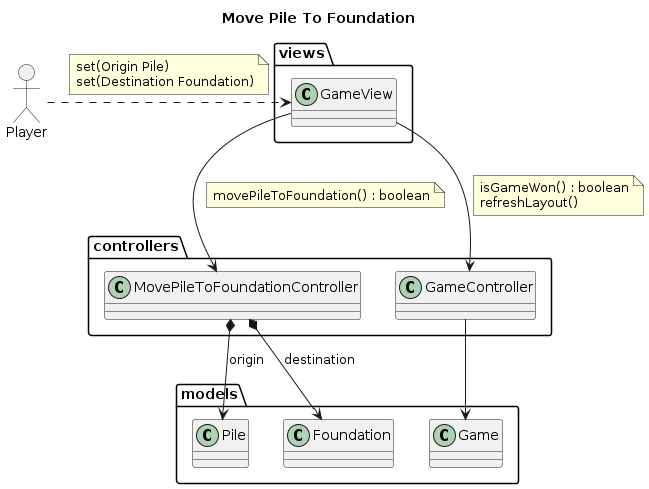
Before: 03-analisis/MovePileToFoundation.png, a diagram exported from PlantUML (marinasayols/MDWP1RUP-Klondike).
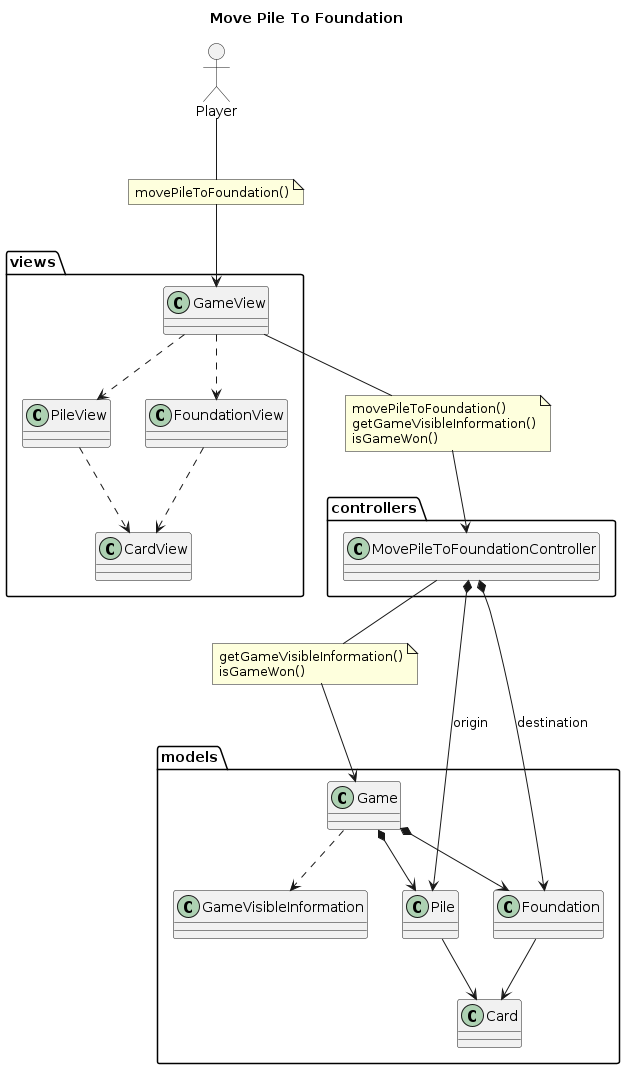
Later version of the same file.

Change to the diagram source:
```diff
@@ -3,43 +3,51 @@
 
 title Move Pile To Foundation
 
+note "movePileToFoundation()" as n1
+note "movePileToFoundation()\ngetGameVisibleInformation()\nisGameWon()" as n2
+note "getGameVisibleInformation()\nisGameWon()" as n3
+
 package views {
 	class GameView
+	class PileView
+  class FoundationView
+	class CardView
 }
 
 package controllers {
-	class "MovePileToFoundationController" as PToF
-	class GameController
+	class "MovePileToFoundationController" as controller1
 }
 
 package models {
+	class Pile
 	class Foundation
-	class Pile
-	class Game
+  class Card
+  class Game
+  class GameVisibleInformation
 }
 
+actor Player
+Player -- n1
+n1 --> GameView
 
-actor Player
-Player .> GameView
-note on link
-	set(Origin Pile)
-	set(Destination Foundation)
-end note
+GameView..> FoundationView
+GameView..> PileView
 
-GameView --> PToF
-note on link
-	movePileToFoundation() : boolean
-end note
+FoundationView..> CardView
+PileView..> CardView
 
-PToF *-> Pile : origin
-PToF *--> Foundation : destination
+GameView-- n2
+n2 --> controller1
 
-GameView --> GameController
-note on link
-	isGameWon() : boolean
-	refreshLayout()
-end note
+controller1*--> Pile: origin
+controller1*--> Foundation: destination
+controller1 -- n3
+n3 --> Game
 
-GameController --> Game
+Game *--> Pile
+Game *--> Foundation
+Game..> GameVisibleInformation
+Pile--> Card
+Foundation--> Card
 
 @enduml
```
